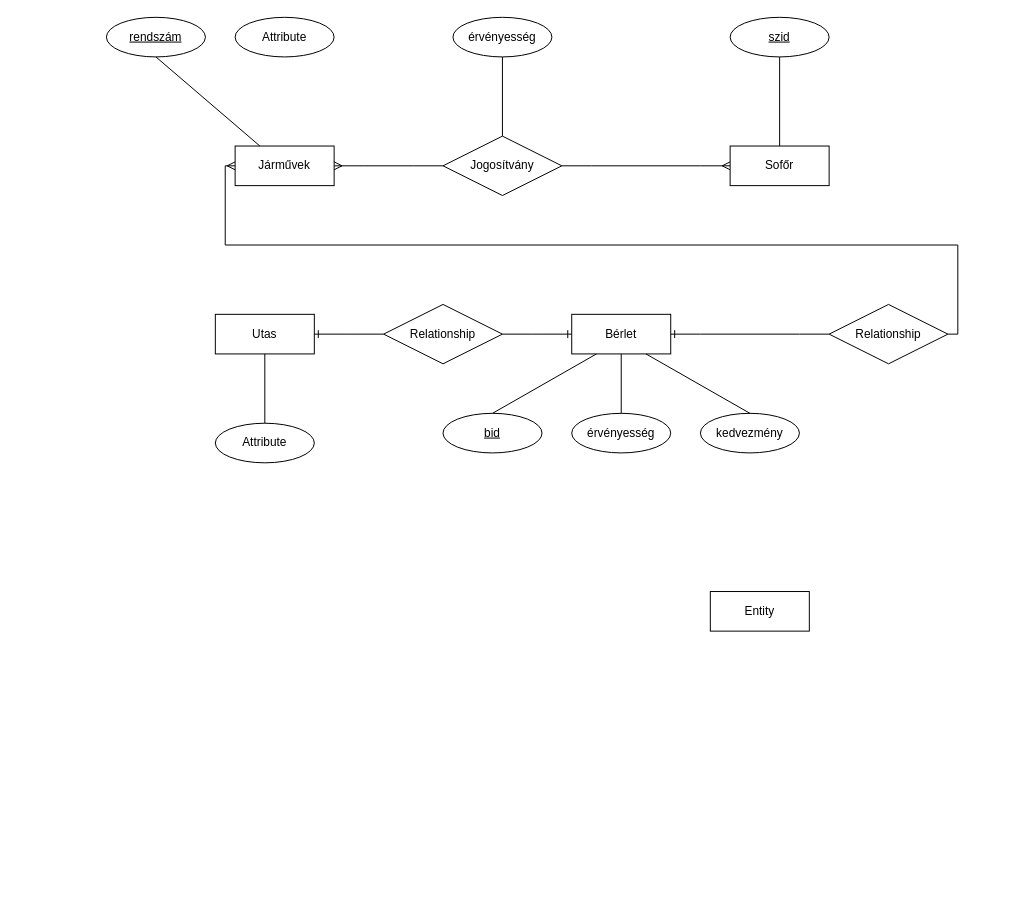
urbanoliver/HEPMIU_DB1Gyak keeps this draw.io diagram as HEPMIU_1011/hepmiu_5.2.drawio. Above is the earlier version. Source tidied: cells renumbered, new cells numbered last; positions are measured from the earlier drawing's top-left corner, leaving out a move shared by most shapes. Both pictures are drawn from the tidied source at 99%, with x=0, y=0 at pixel (106, 17).
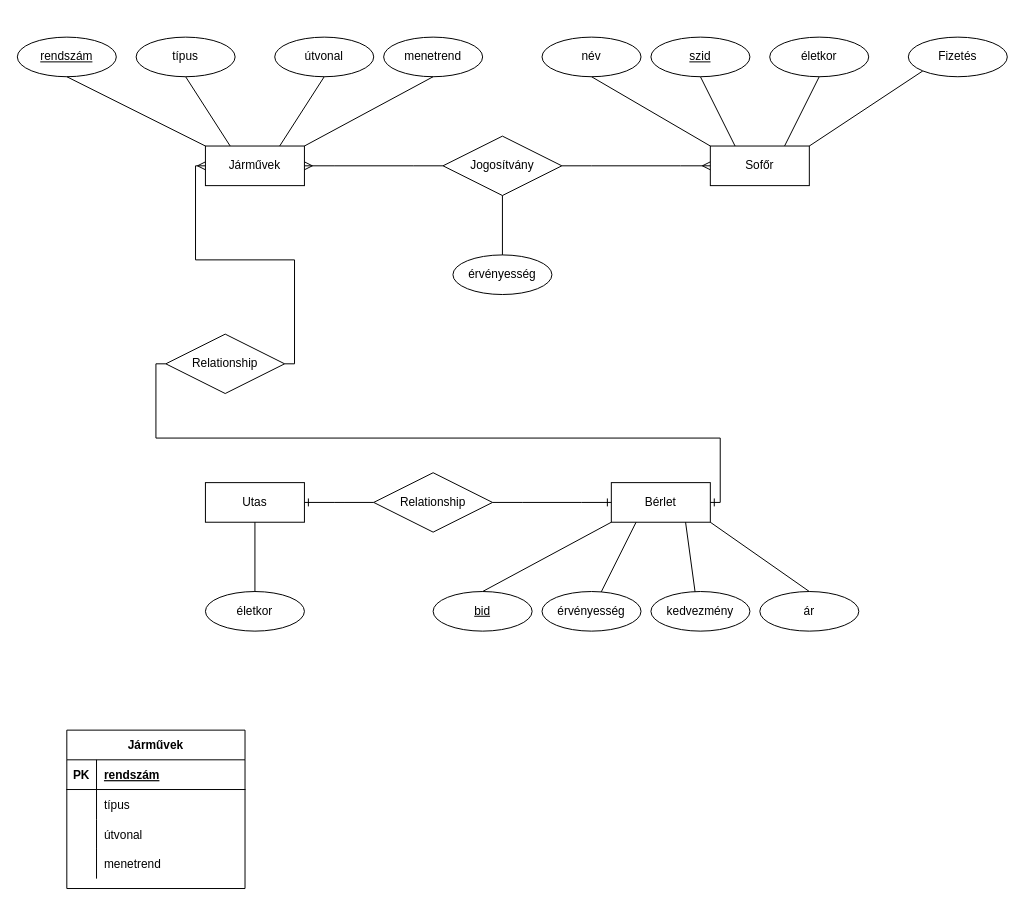
Above is the later version.

Unchanged cells that the change refers to:
```xml
<mxCell id="7" value="Jogosítvány" style="shape=rhombus;perimeter=rhombusPerimeter;whiteSpace=wrap;html=1;align=center;" parent="1" vertex="1">
  <mxGeometry x="340" y="120" width="120" height="60" as="geometry" />
</mxCell>
```

The edit, as a diff of the source:
```diff
@@
-    <mxCell id="2" value="Entity" style="whiteSpace=wrap;html=1;align=center;" parent="1" vertex="1">
-      <mxGeometry x="610" y="580" width="100" height="40" as="geometry" />
-    </mxCell>
     <mxCell id="3" value="Utas" style="whiteSpace=wrap;html=1;align=center;" parent="1" vertex="1">
-      <mxGeometry x="110" y="300" width="100" height="40" as="geometry" />
+      <mxGeometry x="100" y="470" width="100" height="40" as="geometry" />
     </mxCell>
     <mxCell id="4" value="Bérlet" style="whiteSpace=wrap;html=1;align=center;" parent="1" vertex="1">
-      <mxGeometry x="470" y="300" width="100" height="40" as="geometry" />
+      <mxGeometry x="510" y="470" width="100" height="40" as="geometry" />
     </mxCell>
     <mxCell id="5" value="Járművek" style="whiteSpace=wrap;html=1;align=center;" parent="1" vertex="1">
-      <mxGeometry x="130" y="130" width="100" height="40" as="geometry" />
+      <mxGeometry x="100" y="130" width="100" height="40" as="geometry" />
     </mxCell>
     <mxCell id="6" value="Sofőr" style="whiteSpace=wrap;html=1;align=center;" parent="1" vertex="1">
-      <mxGeometry x="630" y="130" width="100" height="40" as="geometry" />
+      <mxGeometry x="610" y="130" width="100" height="40" as="geometry" />
     </mxCell>
@@
     <mxCell id="9" value="érvényesség" style="ellipse;whiteSpace=wrap;html=1;align=center;" parent="1" vertex="1">
-      <mxGeometry x="350" width="100" height="40" as="geometry" />
+      <mxGeometry x="350" y="240" width="100" height="40" as="geometry" />
     </mxCell>
-    <mxCell id="10" style="endArrow=none;html=1;rounded=0;entryX=0.5;entryY=1;entryDx=0;entryDy=0;exitX=0.5;exitY=0;exitDx=0;exitDy=0;" parent="1" edge="1" source="7" target="9">
-      <mxGeometry relative="1" as="geometry" />
-    </mxCell>
@@
     <mxCell id="12" value="szid" style="ellipse;whiteSpace=wrap;html=1;align=center;fontStyle=4;" parent="1" vertex="1">
-      <mxGeometry x="630" width="100" height="40" as="geometry" />
+      <mxGeometry x="550" y="20" width="100" height="40" as="geometry" />
     </mxCell>
-    <mxCell id="13" style="endArrow=none;html=1;rounded=0;entryX=0.5;entryY=1;entryDx=0;entryDy=0;" parent="1" edge="1" source="6" target="12">
+    <mxCell id="13" style="endArrow=none;html=1;rounded=0;entryX=0.5;entryY=1;entryDx=0;entryDy=0;exitX=0.25;exitY=0;exitDx=0;exitDy=0;" parent="1" edge="1" source="6" target="12">
       <mxGeometry relative="1" as="geometry" />
     </mxCell>
     <mxCell id="14" value="Relationship" style="shape=rhombus;perimeter=rhombusPerimeter;whiteSpace=wrap;html=1;align=center;" parent="1" vertex="1">
-      <mxGeometry x="280" y="290" width="120" height="60" as="geometry" />
+      <mxGeometry x="270" y="460" width="120" height="60" as="geometry" />
     </mxCell>
@@
     <mxCell id="17" value="bid" style="ellipse;whiteSpace=wrap;html=1;align=center;fontStyle=4;" parent="1" vertex="1">
-      <mxGeometry x="340" y="400" width="100" height="40" as="geometry" />
+      <mxGeometry x="330" y="580" width="100" height="40" as="geometry" />
     </mxCell>
-    <mxCell id="18" style="endArrow=none;html=1;rounded=0;exitX=0.5;exitY=0;exitDx=0;exitDy=0;entryX=0.25;entryY=1;entryDx=0;entryDy=0;" parent="1" edge="1" source="17" target="4">
+    <mxCell id="18" style="endArrow=none;html=1;rounded=0;exitX=0.5;exitY=0;exitDx=0;exitDy=0;entryX=0;entryY=1;entryDx=0;entryDy=0;" parent="1" edge="1" source="17" target="4">
       <mxGeometry relative="1" as="geometry" />
     </mxCell>
     <mxCell id="19" value="érvényesség" style="ellipse;whiteSpace=wrap;html=1;align=center;" parent="1" vertex="1">
-      <mxGeometry x="470" y="400" width="100" height="40" as="geometry" />
+      <mxGeometry x="440" y="580" width="100" height="40" as="geometry" />
     </mxCell>
-    <mxCell id="20" value="kedvezmény" style="ellipse;whiteSpace=wrap;html=1;align=center;" parent="1" vertex="1">
-      <mxGeometry x="600" y="400" width="100" height="40" as="geometry" />
-    </mxCell>
-    <mxCell id="21" style="endArrow=none;html=1;rounded=0;exitX=0.5;exitY=1;exitDx=0;exitDy=0;" parent="1" edge="1" source="4" target="19">
+    <mxCell id="21" style="endArrow=none;html=1;rounded=0;exitX=0.25;exitY=1;exitDx=0;exitDy=0;" parent="1" edge="1" source="4" target="19">
       <mxGeometry relative="1" as="geometry" />
     </mxCell>
-    <mxCell id="22" style="endArrow=none;html=1;rounded=0;exitX=0.75;exitY=1;exitDx=0;exitDy=0;entryX=0.5;entryY=0;entryDx=0;entryDy=0;" parent="1" edge="1" source="4" target="20">
+    <mxCell id="22" style="endArrow=none;html=1;rounded=0;exitX=0.75;exitY=1;exitDx=0;exitDy=0;entryX=0.5;entryY=1;entryDx=0;entryDy=0;" parent="1" edge="1" source="4" target="20">
       <mxGeometry relative="1" as="geometry" />
     </mxCell>
-    <mxCell id="23" value="Attribute" style="ellipse;whiteSpace=wrap;html=1;align=center;" parent="1" vertex="1">
-      <mxGeometry x="110" y="410" width="100" height="40" as="geometry" />
+    <mxCell id="23" value="életkor" style="ellipse;whiteSpace=wrap;html=1;align=center;" parent="1" vertex="1">
+      <mxGeometry x="100" y="580" width="100" height="40" as="geometry" />
     </mxCell>
@@
     <mxCell id="25" value="Relationship" style="shape=rhombus;perimeter=rhombusPerimeter;whiteSpace=wrap;html=1;align=center;" parent="1" vertex="1">
-      <mxGeometry x="730" y="290" width="120" height="60" as="geometry" />
+      <mxGeometry x="60" y="320" width="120" height="60" as="geometry" />
     </mxCell>
-    <mxCell id="26" style="edgeStyle=orthogonalEdgeStyle;fontSize=12;html=1;endArrow=ERmany;rounded=0;exitX=1;exitY=0.5;exitDx=0;exitDy=0;entryX=0;entryY=0.5;entryDx=0;entryDy=0;" parent="1" edge="1" source="25" target="5">
+    <mxCell id="26" style="fontSize=12;html=1;endArrow=ERmany;rounded=0;exitX=1;exitY=0.5;exitDx=0;exitDy=0;entryX=0;entryY=0.5;entryDx=0;entryDy=0;edgeStyle=orthogonalEdgeStyle;" parent="1" edge="1" source="25" target="5">
       <mxGeometry relative="1" as="geometry" />
     </mxCell>
-    <mxCell id="27" style="edgeStyle=entityRelationEdgeStyle;fontSize=12;html=1;endArrow=ERone;endFill=1;rounded=0;exitX=0;exitY=0.5;exitDx=0;exitDy=0;entryX=1;entryY=0.5;entryDx=0;entryDy=0;" parent="1" edge="1" source="25" target="4">
+    <mxCell id="27" style="edgeStyle=orthogonalEdgeStyle;fontSize=12;html=1;endArrow=ERone;endFill=1;rounded=0;exitX=0;exitY=0.5;exitDx=0;exitDy=0;entryX=1;entryY=0.5;entryDx=0;entryDy=0;" parent="1" edge="1" source="25" target="4">
       <mxGeometry relative="1" as="geometry" />
     </mxCell>
-    <mxCell id="28" value="Attribute" style="ellipse;whiteSpace=wrap;html=1;align=center;" parent="1" vertex="1">
-      <mxGeometry x="130" width="100" height="40" as="geometry" />
+    <mxCell id="28" value="típus" style="ellipse;whiteSpace=wrap;html=1;align=center;" parent="1" vertex="1">
+      <mxGeometry x="30" y="20" width="100" height="40" as="geometry" />
     </mxCell>
     <mxCell id="29" value="rendszám" style="ellipse;whiteSpace=wrap;html=1;align=center;fontStyle=4;" parent="1" vertex="1">
-      <mxGeometry width="100" height="40" as="geometry" />
+      <mxGeometry x="-90" y="20" width="100" height="40" as="geometry" />
     </mxCell>
-    <mxCell id="30" style="endArrow=none;html=1;rounded=0;exitX=0.5;exitY=1;exitDx=0;exitDy=0;entryX=0.25;entryY=0;entryDx=0;entryDy=0;" parent="1" edge="1" source="29" target="5">
+    <mxCell id="30" style="endArrow=none;html=1;rounded=0;exitX=0.5;exitY=1;exitDx=0;exitDy=0;entryX=0;entryY=0;entryDx=0;entryDy=0;" parent="1" edge="1" source="29" target="5">
       <mxGeometry relative="1" as="geometry" />
     </mxCell>
+    <mxCell id="31" style="endArrow=none;html=1;rounded=0;exitX=0.5;exitY=1;exitDx=0;exitDy=0;entryX=0.25;entryY=0;entryDx=0;entryDy=0;" parent="1" edge="1" source="28" target="5">
+      <mxGeometry relative="1" as="geometry" />
+    </mxCell>
+    <mxCell id="32" value="életkor" style="ellipse;whiteSpace=wrap;html=1;align=center;" parent="1" vertex="1">
+      <mxGeometry x="670" y="20" width="100" height="40" as="geometry" />
+    </mxCell>
+    <mxCell id="33" value="ár" style="ellipse;whiteSpace=wrap;html=1;align=center;" parent="1" vertex="1">
+      <mxGeometry x="660" y="580" width="100" height="40" as="geometry" />
+    </mxCell>
+    <mxCell id="34" style="endArrow=none;html=1;rounded=0;entryX=0.5;entryY=0;entryDx=0;entryDy=0;exitX=1;exitY=1;exitDx=0;exitDy=0;" parent="1" edge="1" source="4" target="33">
+      <mxGeometry relative="1" as="geometry" />
+    </mxCell>
+    <mxCell id="20" value="kedvezmény" style="ellipse;whiteSpace=wrap;html=1;align=center;" parent="1" vertex="1">
+      <mxGeometry x="550" y="580" width="100" height="40" as="geometry" />
+    </mxCell>
+    <mxCell id="35" value="útvonal" style="ellipse;whiteSpace=wrap;html=1;align=center;" parent="1" vertex="1">
+      <mxGeometry x="170" y="20" width="100" height="40" as="geometry" />
+    </mxCell>
+    <mxCell id="36" style="endArrow=none;html=1;rounded=0;exitX=0.75;exitY=0;exitDx=0;exitDy=0;entryX=0.5;entryY=1;entryDx=0;entryDy=0;" parent="1" edge="1" source="5" target="35">
+      <mxGeometry relative="1" as="geometry" />
+    </mxCell>
+    <mxCell id="37" style="endArrow=none;html=1;rounded=0;exitX=0.75;exitY=0;exitDx=0;exitDy=0;entryX=0.5;entryY=1;entryDx=0;entryDy=0;" parent="1" edge="1" source="6" target="32">
+      <mxGeometry relative="1" as="geometry" />
+    </mxCell>
+    <mxCell id="38" value="név" style="ellipse;whiteSpace=wrap;html=1;align=center;" parent="1" vertex="1">
+      <mxGeometry x="440" y="20" width="100" height="40" as="geometry" />
+    </mxCell>
+    <mxCell id="39" style="endArrow=none;html=1;rounded=0;exitX=0.5;exitY=1;exitDx=0;exitDy=0;entryX=0;entryY=0;entryDx=0;entryDy=0;" parent="1" edge="1" source="38" target="6">
+      <mxGeometry relative="1" as="geometry" />
+    </mxCell>
+    <mxCell id="40" style="endArrow=none;html=1;rounded=0;entryX=1;entryY=0;entryDx=0;entryDy=0;exitX=0;exitY=1;exitDx=0;exitDy=0;" parent="1" edge="1" source="41" target="6">
+      <mxGeometry relative="1" as="geometry" />
+    </mxCell>
+    <mxCell id="41" value="Fizetés" style="ellipse;whiteSpace=wrap;html=1;align=center;" parent="1" vertex="1">
+      <mxGeometry x="810" y="20" width="100" height="40" as="geometry" />
+    </mxCell>
+    <mxCell id="10" style="endArrow=none;html=1;rounded=0;exitX=0.5;exitY=1;exitDx=0;exitDy=0;entryX=0.5;entryY=0;entryDx=0;entryDy=0;" parent="1" edge="1" source="7" target="9">
+      <mxGeometry relative="1" as="geometry" />
+    </mxCell>
+    <mxCell id="42" value="menetrend" style="ellipse;whiteSpace=wrap;html=1;align=center;" parent="1" vertex="1">
+      <mxGeometry x="280" y="20" width="100" height="40" as="geometry" />
+    </mxCell>
+    <mxCell id="43" style="endArrow=none;html=1;rounded=0;exitX=1;exitY=0;exitDx=0;exitDy=0;entryX=0.5;entryY=1;entryDx=0;entryDy=0;" parent="1" edge="1" source="5" target="42">
+      <mxGeometry relative="1" as="geometry" />
+    </mxCell>
+    <mxCell id="44" value="Járművek" style="shape=table;startSize=30;childLayout=tableLayout;rowLines=0;fontStyle=1;align=center;" parent="1" vertex="1">
+      <mxGeometry x="-40" y="720" width="180" height="160" as="geometry" />
+    </mxCell>
+    <mxCell id="45" style="shape=tableRow;horizontal=0;startSize=0;swimlaneHead=0;swimlaneBody=0;fillColor=none;top=0;left=0;right=0;bottom=1;" parent="44" vertex="1">
+      <mxGeometry y="30" width="180" height="30" as="geometry" />
+    </mxCell>
+    <mxCell id="46" value="PK" style="shape=partialRectangle;fillColor=none;top=0;left=0;bottom=0;right=0;fontStyle=1;overflow=hidden;" parent="45" vertex="1">
+      <mxGeometry width="30" height="30" as="geometry" />
+    </mxCell>
+    <mxCell id="47" value="rendszám" style="shape=partialRectangle;fillColor=none;top=0;left=0;bottom=0;right=0;align=left;spacingLeft=6;fontStyle=5;overflow=hidden;" parent="45" vertex="1">
+      <mxGeometry x="30" width="150" height="30" as="geometry" />
+    </mxCell>
+    <mxCell id="48" style="shape=tableRow;horizontal=0;startSize=0;swimlaneHead=0;swimlaneBody=0;fillColor=none;top=0;left=0;right=0;bottom=0;" parent="44" vertex="1">
+      <mxGeometry y="60" width="180" height="30" as="geometry" />
+    </mxCell>
+    <mxCell id="49" style="shape=partialRectangle;fillColor=none;top=0;left=0;bottom=0;right=0;overflow=hidden;" parent="48" vertex="1">
+      <mxGeometry width="30" height="30" as="geometry" />
+    </mxCell>
+    <mxCell id="50" value="típus" style="shape=partialRectangle;fillColor=none;top=0;left=0;bottom=0;right=0;align=left;spacingLeft=6;overflow=hidden;" parent="48" vertex="1">
+      <mxGeometry x="30" width="150" height="30" as="geometry" />
+    </mxCell>
+    <mxCell id="51" style="shape=tableRow;horizontal=0;startSize=0;swimlaneHead=0;swimlaneBody=0;fillColor=none;top=0;left=0;right=0;bottom=0;" parent="44" vertex="1">
+      <mxGeometry y="90" width="180" height="30" as="geometry" />
+    </mxCell>
+    <mxCell id="52" style="shape=partialRectangle;fillColor=none;top=0;left=0;bottom=0;right=0;overflow=hidden;" parent="51" vertex="1">
+      <mxGeometry width="30" height="30" as="geometry" />
+    </mxCell>
+    <mxCell id="53" value="útvonal" style="shape=partialRectangle;fillColor=none;top=0;left=0;bottom=0;right=0;align=left;spacingLeft=6;overflow=hidden;" parent="51" vertex="1">
+      <mxGeometry x="30" width="150" height="30" as="geometry" />
+    </mxCell>
+    <mxCell id="54" style="shape=tableRow;horizontal=0;startSize=0;swimlaneHead=0;swimlaneBody=0;fillColor=none;top=0;left=0;right=0;bottom=0;" parent="44" vertex="1">
+      <mxGeometry y="120" width="180" height="30" as="geometry" />
+    </mxCell>
+    <mxCell id="55" style="shape=partialRectangle;fillColor=none;top=0;left=0;bottom=0;right=0;overflow=hidden;" parent="54" vertex="1">
+      <mxGeometry width="30" height="30" as="geometry" />
+    </mxCell>
+    <mxCell id="56" value="menetrend" style="shape=partialRectangle;fillColor=none;top=0;left=0;bottom=0;right=0;align=left;spacingLeft=6;overflow=hidden;" parent="54" vertex="1">
+      <mxGeometry x="30" width="150" height="30" as="geometry" />
+    </mxCell>
```
